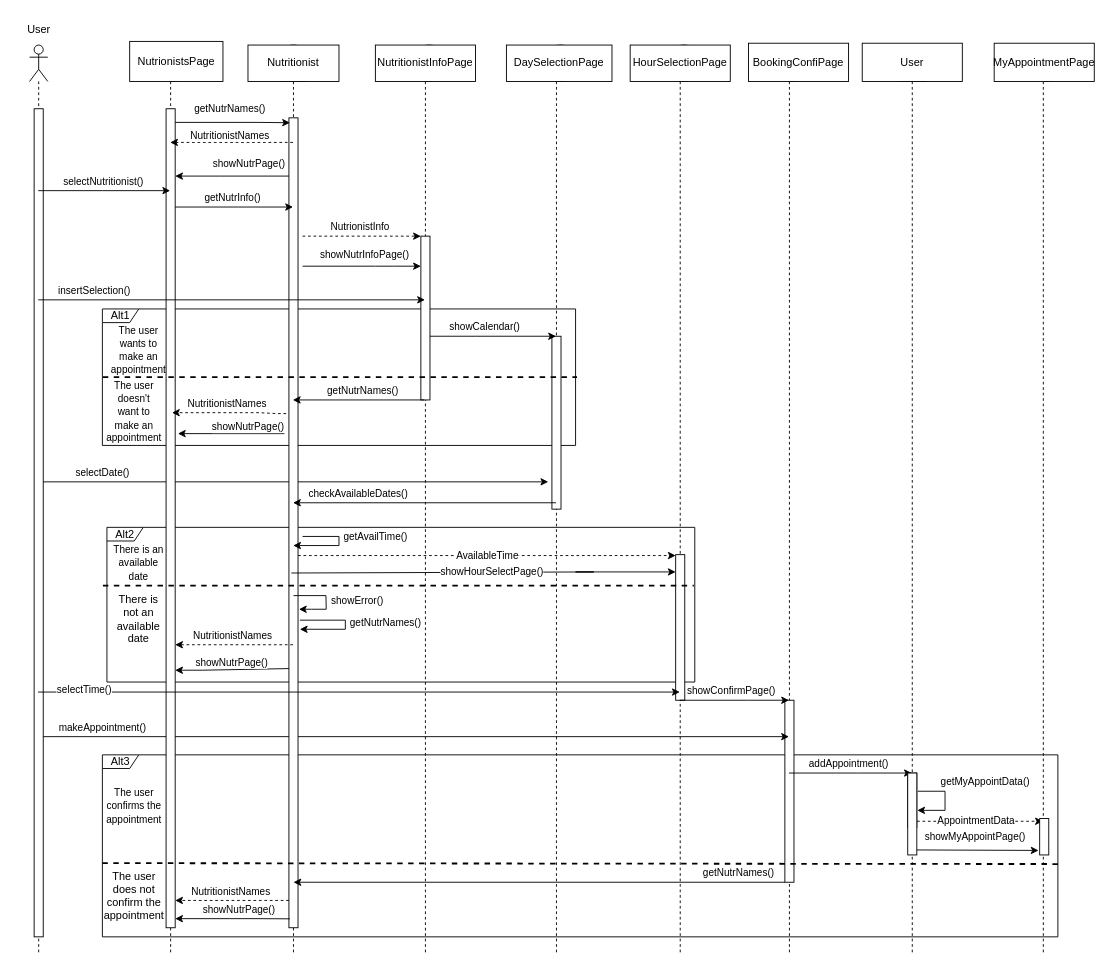
Above: ΤΕΛΙΚΟ ΠΑΡΑΔΟΤΕΟ/Sequence-diagrams-v1.0/sd_ραντεβου_με_διατροφολογο.drawio in Dionkaps/Eu-Zin (draw.io), before the change. Source tidied: cells renumbered, new cells numbered last; positions are measured from the earlier drawing's top-left corner, leaving out a move shared by most shapes. Both pictures are drawn from the tidied source at 91%, with x=0, y=0 at pixel (15, 15).
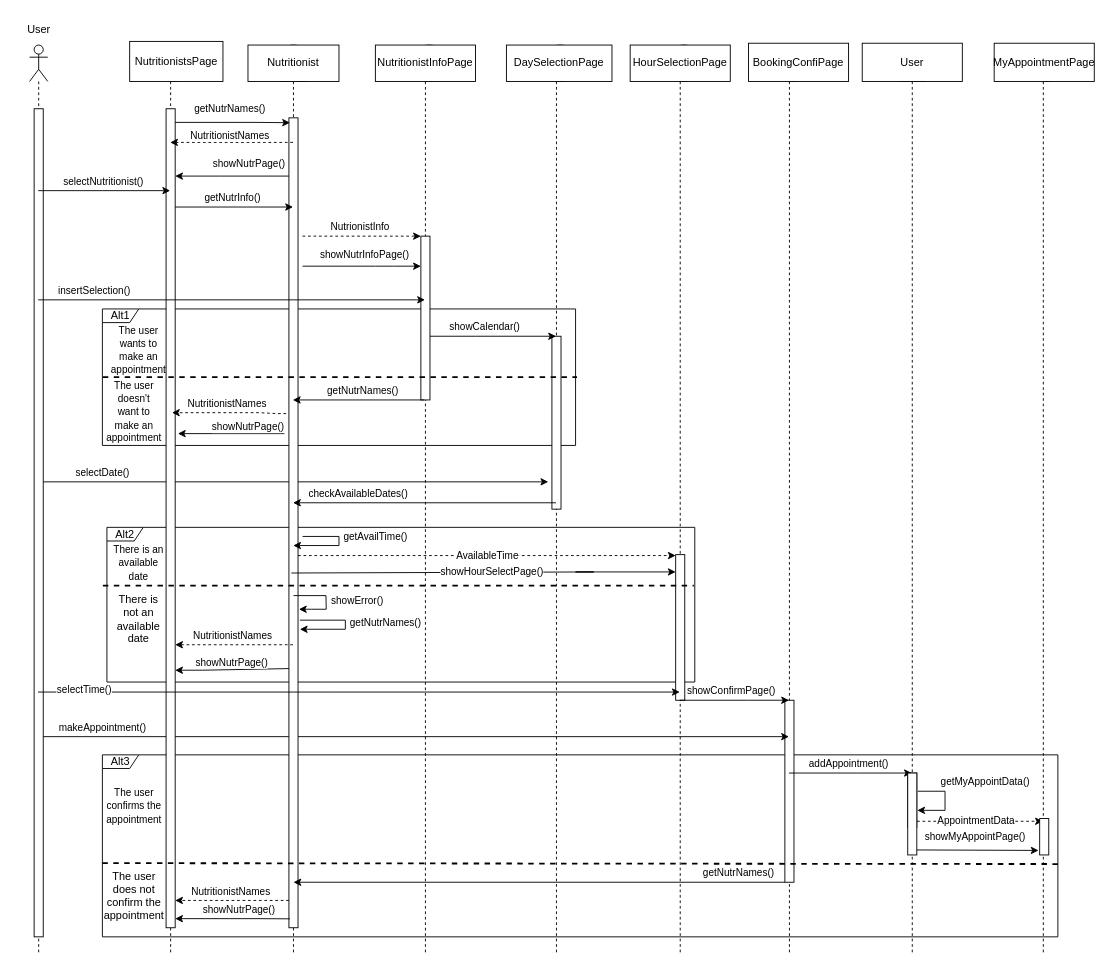
The same diagram, later.

Change to the diagram source:
```diff
@@
-    <mxCell id="52" value="NutrionistsPage" style="rounded=0;whiteSpace=wrap;html=1;" parent="1" vertex="1">
+    <mxCell id="52" value="NutritionistsPage" style="rounded=0;whiteSpace=wrap;html=1;" parent="1" vertex="1">
       <mxGeometry x="125" y="28" width="102.5" height="44" as="geometry" />
     </mxCell>
```
